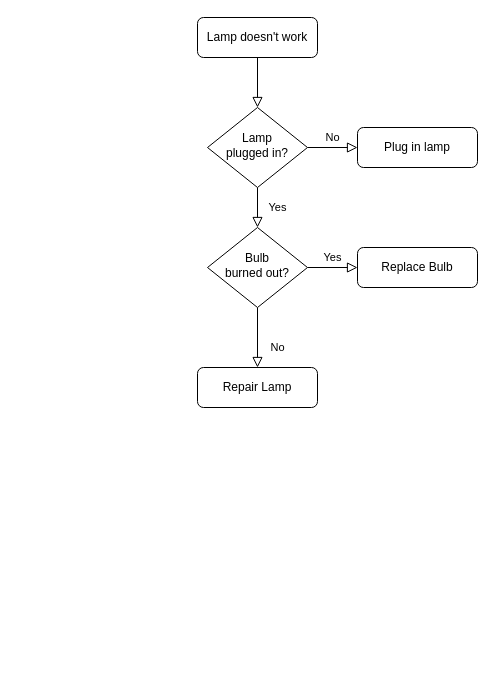
Above: Silent Auction.drawio in factorten/100-days-of-Python (draw.io), before the change. Source tidied: cells renumbered, new cells numbered last; positions are measured from the earlier drawing's top-left corner, leaving out a move shared by most shapes. Both pictures are drawn from the tidied source at 100%, with x=0, y=0 at pixel (197, 17).
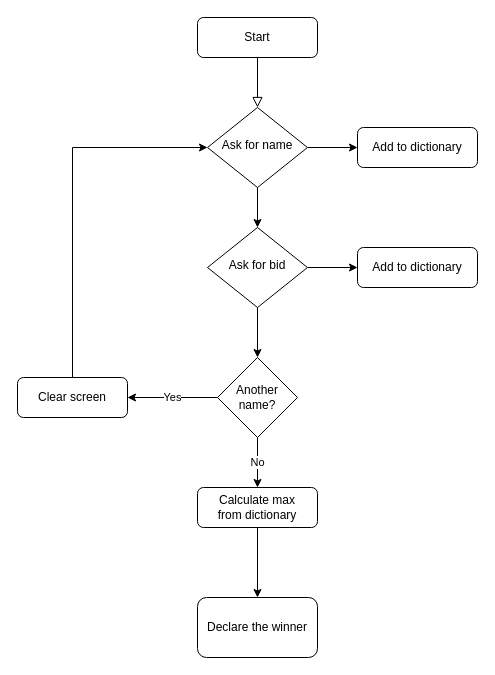
The same diagram, later.

Diff of the diagram source:
```diff
@@
 <mxGraphModel>
   <root>
     <mxCell id="0" />
     <mxCell id="1" parent="0" />
     <mxCell id="2" style="rounded=0;html=1;jettySize=auto;fontSize=11;endArrow=block;endFill=0;endSize=8;strokeWidth=1;shadow=0;labelBackgroundColor=none;edgeStyle=orthogonalEdgeStyle;" parent="1" edge="1" source="3" target="6">
       <mxGeometry relative="1" as="geometry" />
     </mxCell>
-    <mxCell id="3" value="Lamp doesn't work" style="rounded=1;whiteSpace=wrap;html=1;fontSize=12;glass=0;strokeWidth=1;shadow=0;" parent="1" vertex="1">
+    <mxCell id="3" value="Start" style="rounded=1;whiteSpace=wrap;html=1;fontSize=12;glass=0;strokeWidth=1;shadow=0;" parent="1" vertex="1">
       <mxGeometry width="120" height="40" as="geometry" />
     </mxCell>
-    <mxCell id="4" value="Yes" style="rounded=0;html=1;jettySize=auto;fontSize=11;endArrow=block;endFill=0;endSize=8;strokeWidth=1;shadow=0;labelBackgroundColor=none;edgeStyle=orthogonalEdgeStyle;" parent="1" edge="1" source="6" target="10">
-      <mxGeometry y="20" relative="1" as="geometry" />
+    <mxCell id="4" style="edgeStyle=orthogonalEdgeStyle;rounded=0;jettySize=auto;html=1;exitX=0.5;exitY=1;exitDx=0;exitDy=0;entryX=0.5;entryY=0;entryDx=0;entryDy=0;" parent="1" edge="1" source="6" target="10">
+      <mxGeometry relative="1" as="geometry" />
     </mxCell>
-    <mxCell id="5" value="No" style="edgeStyle=orthogonalEdgeStyle;rounded=0;html=1;jettySize=auto;fontSize=11;endArrow=block;endFill=0;endSize=8;strokeWidth=1;shadow=0;labelBackgroundColor=none;" parent="1" edge="1" source="6" target="7">
-      <mxGeometry y="10" relative="1" as="geometry" />
+    <mxCell id="5" style="edgeStyle=orthogonalEdgeStyle;rounded=0;jettySize=auto;html=1;exitX=1;exitY=0.5;exitDx=0;exitDy=0;entryX=0;entryY=0.5;entryDx=0;entryDy=0;" parent="1" edge="1" source="6" target="7">
+      <mxGeometry relative="1" as="geometry" />
     </mxCell>
-    <mxCell id="6" value="Lamp&lt;br&gt;plugged in?" style="rhombus;whiteSpace=wrap;html=1;shadow=0;fontFamily=Helvetica;fontSize=12;align=center;strokeWidth=1;spacing=6;spacingTop=-4;" parent="1" vertex="1">
+    <mxCell id="6" value="Ask for name" style="rhombus;whiteSpace=wrap;html=1;shadow=0;fontFamily=Helvetica;fontSize=12;align=center;strokeWidth=1;spacing=6;spacingTop=-4;" parent="1" vertex="1">
       <mxGeometry x="10" y="90" width="100" height="80" as="geometry" />
     </mxCell>
-    <mxCell id="7" value="Plug in lamp" style="rounded=1;whiteSpace=wrap;html=1;fontSize=12;glass=0;strokeWidth=1;shadow=0;" parent="1" vertex="1">
+    <mxCell id="7" value="Add to dictionary" style="rounded=1;whiteSpace=wrap;html=1;fontSize=12;glass=0;strokeWidth=1;shadow=0;" parent="1" vertex="1">
       <mxGeometry x="160" y="110" width="120" height="40" as="geometry" />
     </mxCell>
-    <mxCell id="8" value="No" style="rounded=0;html=1;jettySize=auto;fontSize=11;endArrow=block;endFill=0;endSize=8;strokeWidth=1;shadow=0;labelBackgroundColor=none;edgeStyle=orthogonalEdgeStyle;" parent="1" edge="1" source="10" target="11">
-      <mxGeometry x="0.33" y="20" relative="1" as="geometry" />
-    </mxCell>
+    <mxCell id="13" style="edgeStyle=orthogonalEdgeStyle;rounded=0;jettySize=auto;html=1;exitX=0.5;exitY=1;exitDx=0;exitDy=0;entryX=0.5;entryY=0;entryDx=0;entryDy=0;" parent="1" edge="1" source="10" target="17">
+      <mxGeometry relative="1" as="geometry" />
+    </mxCell>
-    <mxCell id="9" value="Yes" style="edgeStyle=orthogonalEdgeStyle;rounded=0;html=1;jettySize=auto;fontSize=11;endArrow=block;endFill=0;endSize=8;strokeWidth=1;shadow=0;labelBackgroundColor=none;" parent="1" edge="1" source="10" target="12">
-      <mxGeometry y="10" relative="1" as="geometry" />
+    <mxCell id="9" style="edgeStyle=orthogonalEdgeStyle;rounded=0;jettySize=auto;html=1;exitX=1;exitY=0.5;exitDx=0;exitDy=0;entryX=0;entryY=0.5;entryDx=0;entryDy=0;" parent="1" edge="1" source="10" target="12">
+      <mxGeometry relative="1" as="geometry" />
     </mxCell>
-    <mxCell id="10" value="Bulb&lt;br&gt;burned out?" style="rhombus;whiteSpace=wrap;html=1;shadow=0;fontFamily=Helvetica;fontSize=12;align=center;strokeWidth=1;spacing=6;spacingTop=-4;" parent="1" vertex="1">
+    <mxCell id="10" value="Ask for bid" style="rhombus;whiteSpace=wrap;html=1;shadow=0;fontFamily=Helvetica;fontSize=12;align=center;strokeWidth=1;spacing=6;spacingTop=-4;" parent="1" vertex="1">
       <mxGeometry x="10" y="210" width="100" height="80" as="geometry" />
     </mxCell>
+    <mxCell id="14" style="edgeStyle=orthogonalEdgeStyle;rounded=0;jettySize=auto;html=1;" parent="1" edge="1" source="11" target="20">
+      <mxGeometry relative="1" as="geometry" />
+    </mxCell>
-    <mxCell id="11" value="Repair Lamp" style="rounded=1;whiteSpace=wrap;html=1;fontSize=12;glass=0;strokeWidth=1;shadow=0;" parent="1" vertex="1">
-      <mxGeometry y="350" width="120" height="40" as="geometry" />
+    <mxCell id="11" value="Calculate max&lt;br&gt;from dictionary" style="rounded=1;whiteSpace=wrap;html=1;fontSize=12;glass=0;strokeWidth=1;shadow=0;" parent="1" vertex="1">
+      <mxGeometry y="470" width="120" height="40" as="geometry" />
     </mxCell>
-    <mxCell id="12" value="Replace Bulb" style="rounded=1;whiteSpace=wrap;html=1;fontSize=12;glass=0;strokeWidth=1;shadow=0;" parent="1" vertex="1">
+    <mxCell id="12" value="Add to dictionary" style="rounded=1;whiteSpace=wrap;html=1;fontSize=12;glass=0;strokeWidth=1;shadow=0;" parent="1" vertex="1">
       <mxGeometry x="160" y="230" width="120" height="40" as="geometry" />
     </mxCell>
+    <mxCell id="15" value="No" style="edgeStyle=orthogonalEdgeStyle;rounded=0;jettySize=auto;html=1;exitX=0.5;exitY=1;exitDx=0;exitDy=0;entryX=0.5;entryY=0;entryDx=0;entryDy=0;" parent="1" edge="1" source="17" target="11">
+      <mxGeometry relative="1" as="geometry" />
+    </mxCell>
+    <mxCell id="16" value="Yes" style="edgeStyle=orthogonalEdgeStyle;rounded=0;jettySize=auto;html=1;exitX=0;exitY=0.5;exitDx=0;exitDy=0;entryX=1;entryY=0.5;entryDx=0;entryDy=0;" parent="1" edge="1" source="17" target="19">
+      <mxGeometry relative="1" as="geometry" />
+    </mxCell>
+    <mxCell id="17" value="Another name?" style="rhombus;whiteSpace=wrap;html=1;" parent="1" vertex="1">
+      <mxGeometry x="20" y="340" width="80" height="80" as="geometry" />
+    </mxCell>
+    <mxCell id="18" style="edgeStyle=orthogonalEdgeStyle;rounded=0;jettySize=auto;html=1;exitX=0.5;exitY=0;exitDx=0;exitDy=0;entryX=0;entryY=0.5;entryDx=0;entryDy=0;" parent="1" edge="1" source="19" target="6">
+      <mxGeometry relative="1" as="geometry" />
+    </mxCell>
+    <mxCell id="19" value="Clear screen" style="rounded=1;whiteSpace=wrap;html=1;" parent="1" vertex="1">
+      <mxGeometry x="-180" y="360" width="110" height="40" as="geometry" />
+    </mxCell>
+    <mxCell id="20" value="Declare the winner" style="whiteSpace=wrap;html=1;rounded=1;shadow=0;strokeWidth=1;glass=0;" parent="1" vertex="1">
+      <mxGeometry y="580" width="120" height="60" as="geometry" />
+    </mxCell>
   </root>
 </mxGraphModel>
```
